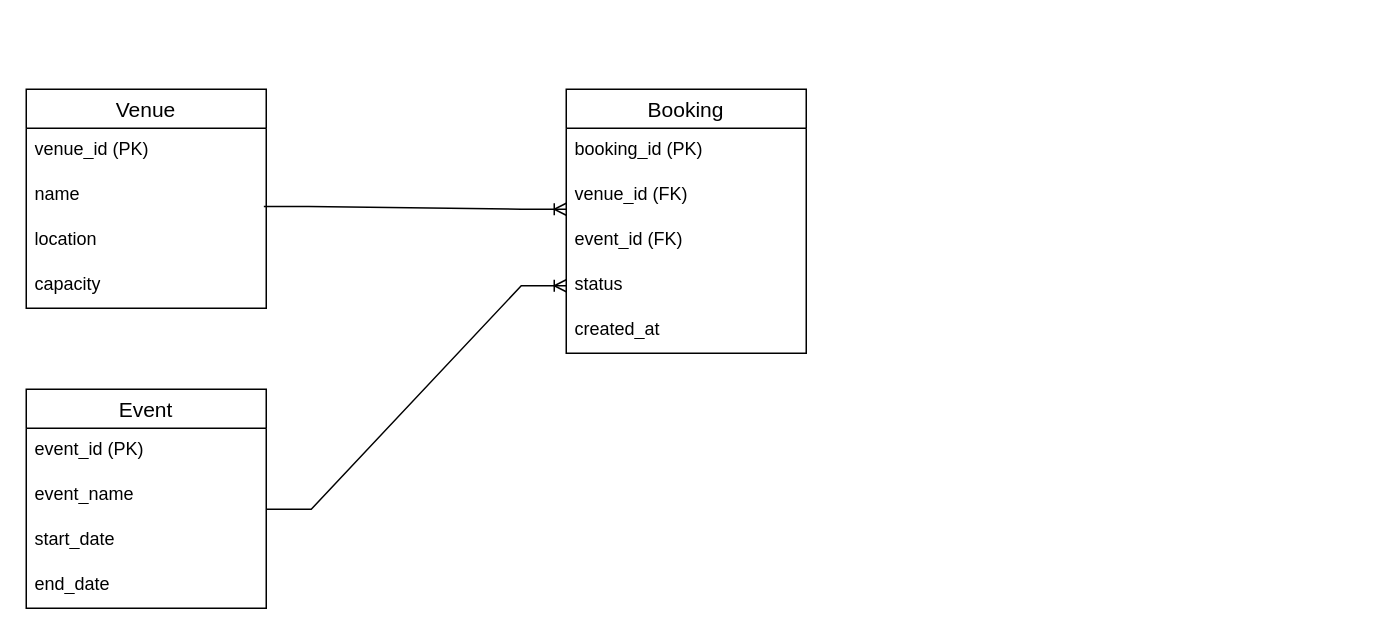
Earlier version of the draw.io diagram Cloud POE.drawio (ST10443356-Siphesihle-Zwane/CloudPOEPart1). Source tidied: cells renumbered, new cells numbered last; positions are measured from the earlier drawing's top-left corner, leaving out a move shared by most shapes. Both pictures are drawn from the tidied source at 150%, with x=0, y=0 at pixel (26, 88).
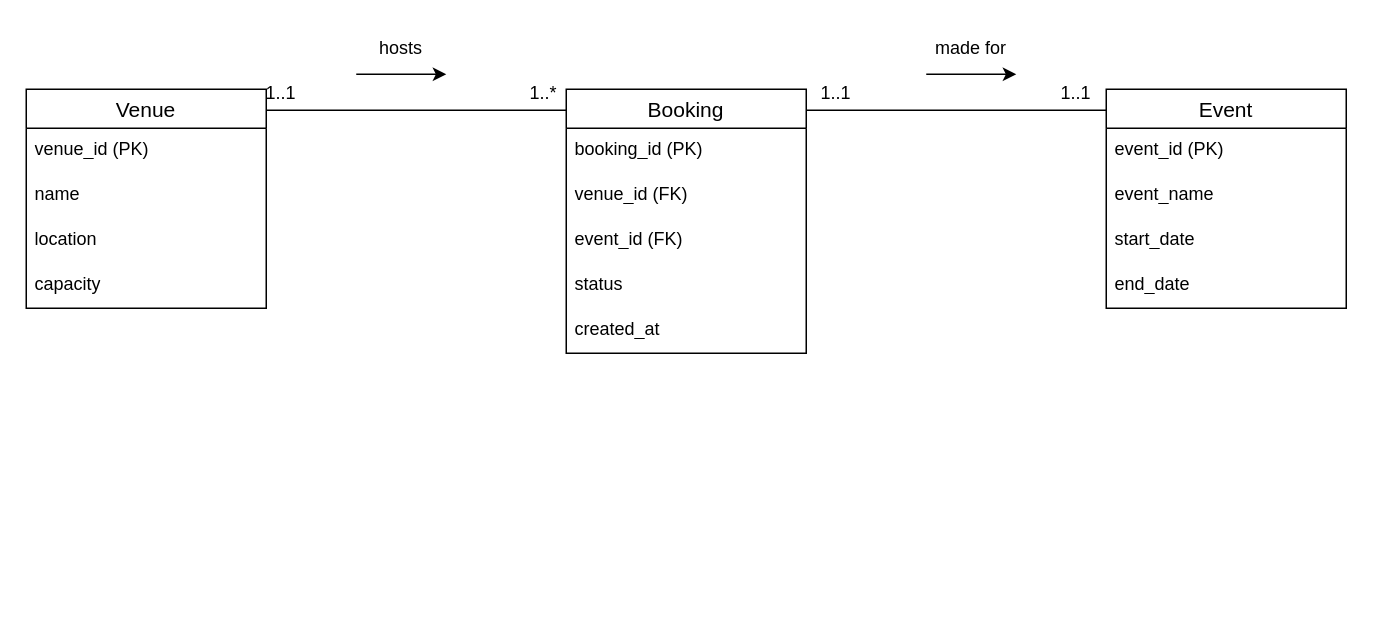
The same page after the edit.

The change refers to these unchanged cells:
```xml
<mxCell id="9" value="name" style="text;strokeColor=none;fillColor=none;spacingLeft=4;spacingRight=4;overflow=hidden;points=[[0,0.5],[1,0.5]];portConstraint=eastwest;fontSize=12;whiteSpace=wrap;html=1;" parent="7" vertex="1">
  <mxGeometry y="56" width="160" height="30" as="geometry" />
</mxCell>
<mxCell id="16" value="status" style="text;strokeColor=none;fillColor=none;spacingLeft=4;spacingRight=4;overflow=hidden;points=[[0,0.5],[1,0.5]];portConstraint=eastwest;fontSize=12;whiteSpace=wrap;html=1;" parent="12" vertex="1">
  <mxGeometry y="116" width="160" height="30" as="geometry" />
</mxCell>
```

What changed in the source:
```diff
@@
     <mxCell id="2" value="Event" style="swimlane;fontStyle=0;horizontal=1;startSize=26;align=center;fontSize=14;" parent="1" vertex="1">
-      <mxGeometry y="200" width="160" height="146" as="geometry" />
+      <mxGeometry x="720" width="160" height="146" as="geometry" />
     </mxCell>
@@
-    <mxCell id="18" style="edgeStyle=entityRelationEdgeStyle;fontSize=12;html=1;endArrow=ERoneToMany;rounded=0;exitX=0.99;exitY=0.74;exitDx=0;exitDy=0;exitPerimeter=0;" parent="1" edge="1" source="9">
-      <mxGeometry relative="1" as="geometry">
-        <mxPoint x="360" y="80" as="targetPoint" />
-      </mxGeometry>
-    </mxCell>
-    <mxCell id="19" style="edgeStyle=entityRelationEdgeStyle;fontSize=12;html=1;endArrow=ERoneToMany;rounded=0;entryX=0;entryY=0.5;entryDx=0;entryDy=0;" parent="1" edge="1" target="16">
-      <mxGeometry relative="1" as="geometry">
-        <mxPoint x="160" y="280" as="sourcePoint" />
-      </mxGeometry>
-    </mxCell>
+    <mxCell id="20" style="line;strokeWidth=1;fillColor=none;align=left;verticalAlign=middle;spacingTop=-1;spacingLeft=3;spacingRight=3;labelPosition=right;strokeColor=inherit;" parent="1" vertex="1">
+      <mxGeometry x="160" y="10" width="200" height="8" as="geometry" />
+    </mxCell>
+    <mxCell id="21" style="line;strokeWidth=1;fillColor=none;align=left;verticalAlign=middle;spacingTop=-1;spacingLeft=3;spacingRight=3;labelPosition=right;strokeColor=inherit;" parent="1" vertex="1">
+      <mxGeometry x="520" y="10" width="200" height="8" as="geometry" />
+    </mxCell>
+    <mxCell id="22" value="1..*" style="text;strokeColor=none;align=center;fillColor=none;html=1;verticalAlign=middle;whiteSpace=wrap;rounded=0;" parent="1" vertex="1">
+      <mxGeometry x="315" y="-12" width="60" height="30" as="geometry" />
+    </mxCell>
+    <mxCell id="23" value="1..1" style="text;strokeColor=none;align=center;fillColor=none;html=1;verticalAlign=middle;whiteSpace=wrap;rounded=0;" parent="1" vertex="1">
+      <mxGeometry x="140" y="-12" width="60" height="30" as="geometry" />
+    </mxCell>
+    <mxCell id="24" value="1..1" style="text;strokeColor=none;align=center;fillColor=none;html=1;verticalAlign=middle;whiteSpace=wrap;rounded=0;" parent="1" vertex="1">
+      <mxGeometry x="510" y="-12" width="60" height="30" as="geometry" />
+    </mxCell>
+    <mxCell id="25" value="1..1" style="text;strokeColor=none;align=center;fillColor=none;html=1;verticalAlign=middle;whiteSpace=wrap;rounded=0;" parent="1" vertex="1">
+      <mxGeometry x="670" y="-12" width="60" height="30" as="geometry" />
+    </mxCell>
+    <mxCell id="26" style="endArrow=classic;html=1;rounded=0;" parent="1" edge="1">
+      <mxGeometry relative="1" as="geometry">
+        <mxPoint x="220" y="-10" as="sourcePoint" />
+        <mxPoint x="280" y="-10" as="targetPoint" />
+      </mxGeometry>
+    </mxCell>
+    <mxCell id="27" style="endArrow=classic;html=1;rounded=0;" parent="1" edge="1">
+      <mxGeometry relative="1" as="geometry">
+        <mxPoint x="600" y="-10" as="sourcePoint" />
+        <mxPoint x="660" y="-10" as="targetPoint" />
+      </mxGeometry>
+    </mxCell>
+    <mxCell id="28" value="hosts" style="text;strokeColor=none;align=center;fillColor=none;html=1;verticalAlign=middle;whiteSpace=wrap;rounded=0;" parent="1" vertex="1">
+      <mxGeometry x="220" y="-42" width="60" height="30" as="geometry" />
+    </mxCell>
+    <mxCell id="29" value="made for" style="text;strokeColor=none;align=center;fillColor=none;html=1;verticalAlign=middle;whiteSpace=wrap;rounded=0;" parent="1" vertex="1">
+      <mxGeometry x="600" y="-42" width="60" height="30" as="geometry" />
+    </mxCell>
```
